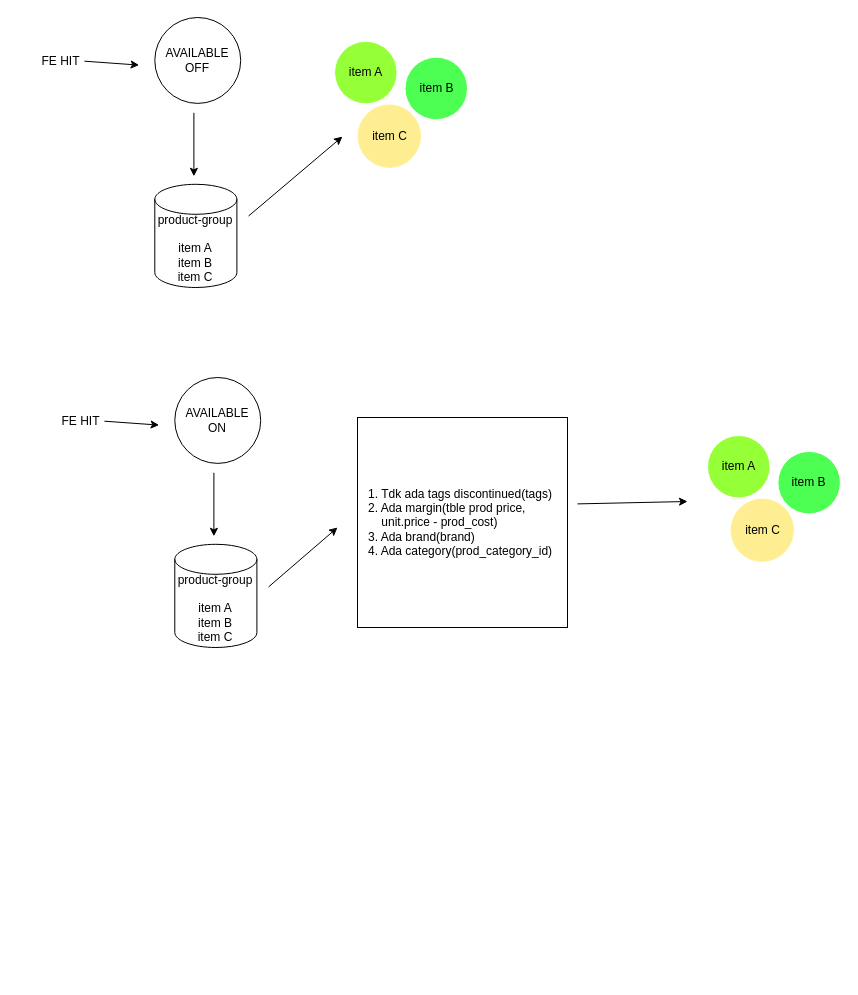
Above: product-group-switch-on-off.drawio in Eizeiky777/diagrams (draw.io), before the change. Source tidied: cells renumbered, new cells numbered last; positions are measured from the earlier drawing's top-left corner, leaving out a move shared by most shapes. Both pictures are drawn from the tidied source at 100%, with x=0, y=0 at pixel (37, 17).
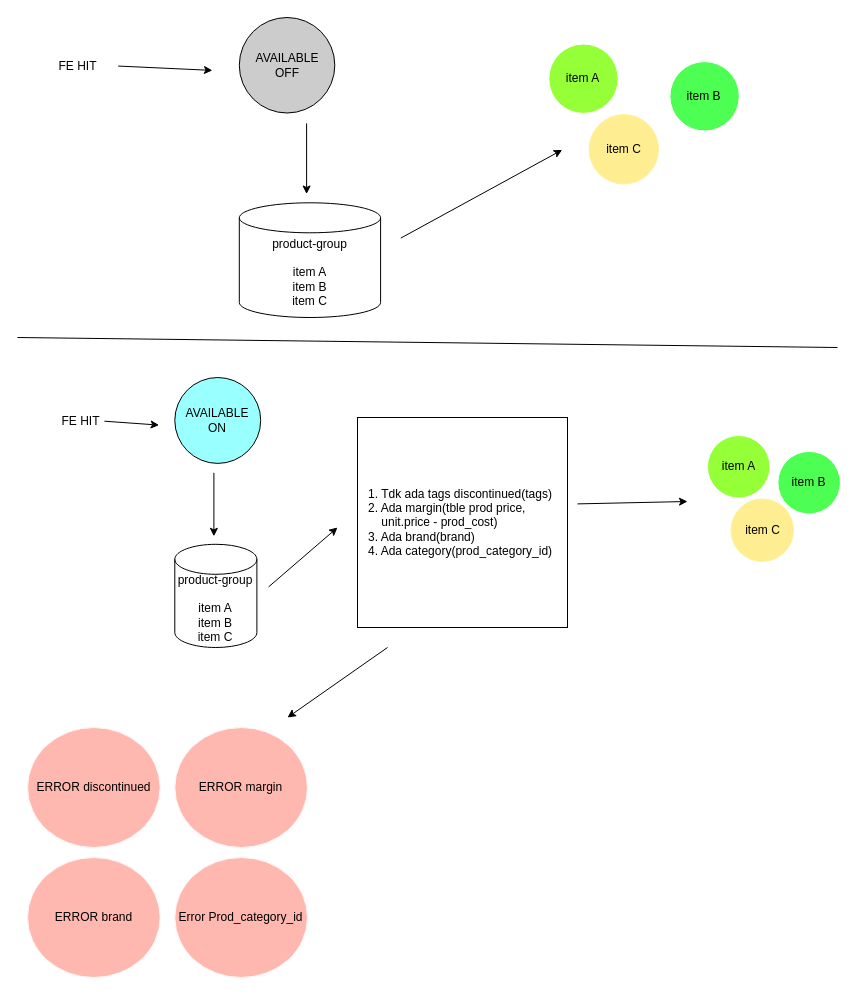
After the change.

The edit, as a diff of the source:
```diff
@@
     <mxCell id="2" style="group;" parent="1" vertex="1">
-      <mxGeometry width="430" height="270" as="geometry" />
+      <mxGeometry width="740" height="300" as="geometry" />
     </mxCell>
-    <mxCell id="3" value="AVAILABLE &lt;br&gt;OFF" style="ellipse;whiteSpace=wrap;html=1;" parent="2" vertex="1">
-      <mxGeometry x="117.3" width="85.9" height="85.9" as="geometry" />
+    <mxCell id="3" value="AVAILABLE &lt;br&gt;OFF" style="ellipse;whiteSpace=wrap;html=1;fillColor=#CCCCCC;" parent="2" vertex="1">
+      <mxGeometry x="201.8" width="95.5" height="95.5" as="geometry" />
     </mxCell>
     <mxCell id="4" value="FE HIT" style="text;html=1;strokeColor=none;fillColor=none;align=center;verticalAlign=middle;whiteSpace=wrap;rounded=0;" parent="2" vertex="1">
-      <mxGeometry y="31.8" width="46.9" height="23.8" as="geometry" />
+      <mxGeometry y="35.3" width="80.7" height="26.5" as="geometry" />
     </mxCell>
     <mxCell id="5" style="endArrow=classic;html=1;exitX=1;exitY=0.5;exitDx=0;exitDy=0;" parent="2" edge="1" source="4">
       <mxGeometry relative="1" as="geometry">
-        <mxPoint x="101.6" y="47.6" as="targetPoint" />
+        <mxPoint x="174.9" y="52.9" as="targetPoint" />
       </mxGeometry>
     </mxCell>
     <mxCell id="6" style="endArrow=classic;html=1;" parent="2" edge="1">
       <mxGeometry relative="1" as="geometry">
-        <mxPoint x="156.4" y="95.3" as="sourcePoint" />
-        <mxPoint x="156.4" y="158.8" as="targetPoint" />
+        <mxPoint x="269.1" y="105.9" as="sourcePoint" />
+        <mxPoint x="269.1" y="176.5" as="targetPoint" />
       </mxGeometry>
     </mxCell>
     <mxCell id="7" value="&lt;div&gt;&lt;span&gt;product-group&lt;/span&gt;&lt;/div&gt;&lt;div&gt;&lt;span&gt;&lt;br&gt;&lt;/span&gt;&lt;/div&gt;&lt;div&gt;&lt;span&gt;item A&lt;/span&gt;&lt;br&gt;&lt;/div&gt;&lt;div&gt;&lt;span&gt;item B&lt;/span&gt;&lt;/div&gt;&lt;div&gt;&lt;span&gt;item C&lt;/span&gt;&lt;/div&gt;" style="shape=cylinder3;whiteSpace=wrap;html=1;boundedLbl=1;backgroundOutline=1;size=15;align=center;" parent="2" vertex="1">
-      <mxGeometry x="117.3" y="166.8" width="82.1" height="103.2" as="geometry" />
+      <mxGeometry x="201.8" y="185.3" width="141.3" height="114.7" as="geometry" />
     </mxCell>
     <mxCell id="8" style="endArrow=classic;html=1;" parent="2" edge="1">
       <mxGeometry relative="1" as="geometry">
-        <mxPoint x="211.1" y="198.5" as="sourcePoint" />
-        <mxPoint x="304.9" y="119.1" as="targetPoint" />
+        <mxPoint x="363.3" y="220.6" as="sourcePoint" />
+        <mxPoint x="524.7" y="132.4" as="targetPoint" />
       </mxGeometry>
     </mxCell>
     <mxCell id="9" value="item A" style="ellipse;whiteSpace=wrap;html=1;fillColor=#95FF38;strokeColor=#FFFFFF;" parent="2" vertex="1">
-      <mxGeometry x="297.1" y="23.8" width="62.5" height="62.5" as="geometry" />
+      <mxGeometry x="511.3" y="26.5" width="69.4" height="69.4" as="geometry" />
     </mxCell>
     <mxCell id="10" value="item B" style="ellipse;whiteSpace=wrap;html=1;fillColor=#4DFF52;strokeColor=#FFFFFF;" parent="2" vertex="1">
-      <mxGeometry x="367.5" y="39.7" width="62.5" height="62.5" as="geometry" />
+      <mxGeometry x="632.4" y="44.1" width="69.4" height="69.4" as="geometry" />
     </mxCell>
     <mxCell id="11" value="item C" style="ellipse;whiteSpace=wrap;html=1;strokeColor=#FFF196;fillColor=#FFED91;" parent="2" vertex="1">
-      <mxGeometry x="320.5" y="87.4" width="62.5" height="62.5" as="geometry" />
+      <mxGeometry x="551.6" y="97.1" width="69.4" height="69.4" as="geometry" />
     </mxCell>
-    <mxCell id="12" value="AVAILABLE &lt;br&gt;ON" style="ellipse;whiteSpace=wrap;html=1;" parent="1" vertex="1">
+    <mxCell id="12" value="AVAILABLE &lt;br&gt;ON" style="ellipse;whiteSpace=wrap;html=1;fillColor=#99FFFF;" parent="1" vertex="1">
       <mxGeometry x="137.3" y="360" width="85.9" height="85.9" as="geometry" />
     </mxCell>
@@
+    <mxCell id="23" style="endArrow=classic;html=1;" parent="1" edge="1">
+      <mxGeometry x="213.6" y="574.7" as="geometry">
+        <mxPoint x="350" y="630" as="sourcePoint" />
+        <mxPoint x="250" y="700" as="targetPoint" />
+      </mxGeometry>
+    </mxCell>
+    <mxCell id="24" value="ERROR margin" style="ellipse;whiteSpace=wrap;html=1;strokeColor=#FFF8F7;fillColor=#FFB8B0;" parent="1" vertex="1">
+      <mxGeometry x="137.3" y="710" width="132.7" height="120" as="geometry" />
+    </mxCell>
+    <mxCell id="25" value="Error Prod_category_id" style="ellipse;whiteSpace=wrap;html=1;strokeColor=#FFF8F7;fillColor=#FFB8B0;" parent="1" vertex="1">
+      <mxGeometry x="137.3" y="840" width="132.7" height="120" as="geometry" />
+    </mxCell>
+    <mxCell id="26" value="ERROR discontinued" style="ellipse;whiteSpace=wrap;html=1;strokeColor=#FFF8F7;fillColor=#FFB8B0;" parent="1" vertex="1">
+      <mxGeometry x="-10" y="710" width="132.7" height="120" as="geometry" />
+    </mxCell>
+    <mxCell id="27" value="ERROR brand" style="ellipse;whiteSpace=wrap;html=1;strokeColor=#FFF8F7;fillColor=#FFB8B0;" parent="1" vertex="1">
+      <mxGeometry x="-10" y="840" width="132.7" height="120" as="geometry" />
+    </mxCell>
+    <mxCell id="28" style="endArrow=none;html=1;" parent="1" edge="1">
+      <mxGeometry relative="1" as="geometry">
+        <mxPoint x="-20" y="320" as="sourcePoint" />
+        <mxPoint x="800" y="330" as="targetPoint" />
+      </mxGeometry>
+    </mxCell>
```
